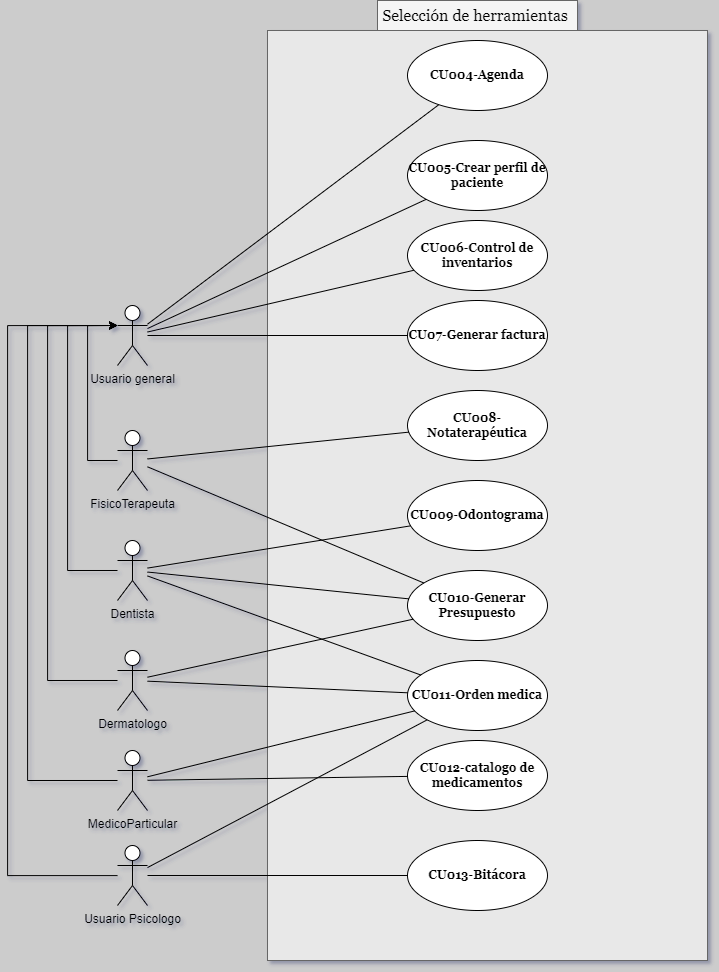
Above: CU002_SeleccionDeHerramientas.drawio.png in CH3MOO/SpecialityX (draw.io), before the change. Source tidied: cells renumbered, new cells last; positions are measured from the earlier drawing's top-left corner, leaving out a move shared by most shapes.
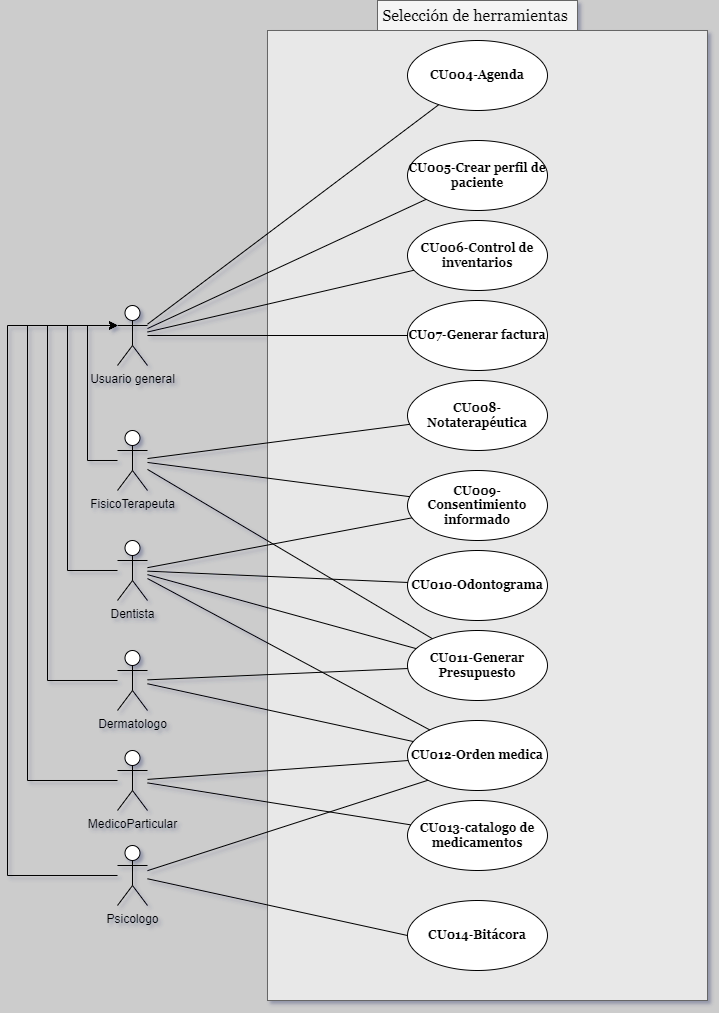
After the commit.

What changed in the source:
```diff
@@ -5,7 +5,7 @@
     <mxCell id="2" value="Usuario general" style="shape=umlActor;verticalLabelPosition=bottom;verticalAlign=top;html=1;" parent="1" vertex="1">
       <mxGeometry x="110" y="305" width="30" height="60" as="geometry" />
     </mxCell>
-    <mxCell id="3" value="Usuario Psicologo" style="shape=umlActor;verticalLabelPosition=bottom;verticalAlign=top;html=1;" parent="1" vertex="1">
+    <mxCell id="3" value="Psicologo" style="shape=umlActor;verticalLabelPosition=bottom;verticalAlign=top;html=1;" parent="1" vertex="1">
       <mxGeometry x="110" y="845" width="30" height="60" as="geometry" />
     </mxCell>
     <mxCell id="4" style="edgeStyle=orthogonalEdgeStyle;rounded=0;jettySize=auto;html=1;entryX=0;entryY=0.3333333333333333;entryDx=0;entryDy=0;entryPerimeter=0;" parent="1" edge="1" source="5" target="2">
@@ -29,7 +29,7 @@
       <mxGeometry x="110" y="750" width="30" height="60" as="geometry" />
     </mxCell>
     <mxCell id="9" style="rounded=0;whiteSpace=wrap;html=1;fillColor=#E8E8E8;strokeColor=#666666;fontColor=#333333;fontFamily=Georgia;fontStyle=1;" parent="1" vertex="1">
-      <mxGeometry x="260" y="30" width="440" height="930" as="geometry" />
+      <mxGeometry x="260" y="30" width="440" height="970" as="geometry" />
     </mxCell>
     <mxCell id="10" value="Selección de herramientas&amp;nbsp;" style="text;html=1;align=center;verticalAlign=middle;whiteSpace=wrap;rounded=0;fontFamily=Georgia;fontSize=16;fillColor=#f5f5f5;fontColor=#000000;strokeColor=#666666;" parent="1" vertex="1">
       <mxGeometry x="370" width="200" height="30" as="geometry" />
@@ -58,17 +58,17 @@
     <mxCell id="18" style="endArrow=none;html=1;rounded=0;" parent="1" edge="1" source="2" target="14">
       <mxGeometry relative="1" as="geometry" />
     </mxCell>
-    <mxCell id="19" value="CU012-catalogo de medicamentos" style="ellipse;whiteSpace=wrap;html=1;fontFamily=Georgia;fontStyle=1;" parent="1" vertex="1">
-      <mxGeometry x="400" y="740" width="140" height="70" as="geometry" />
+    <mxCell id="19" value="CU013-catalogo de medicamentos" style="ellipse;whiteSpace=wrap;html=1;fontFamily=Georgia;fontStyle=1;" parent="1" vertex="1">
+      <mxGeometry x="400" y="800" width="140" height="70" as="geometry" />
     </mxCell>
     <mxCell id="20" style="endArrow=none;html=1;rounded=0;" parent="1" edge="1" source="8" target="19">
       <mxGeometry relative="1" as="geometry" />
     </mxCell>
     <mxCell id="21" value="CU008-Notaterapéutica" style="ellipse;whiteSpace=wrap;html=1;fontFamily=Georgia;fontStyle=1;" parent="1" vertex="1">
-      <mxGeometry x="400" y="390" width="140" height="70" as="geometry" />
+      <mxGeometry x="400" y="380" width="140" height="70" as="geometry" />
     </mxCell>
-    <mxCell id="22" value="CU010-Generar Presupuesto" style="ellipse;whiteSpace=wrap;html=1;fontFamily=Georgia;fontStyle=1;" parent="1" vertex="1">
-      <mxGeometry x="400" y="570" width="140" height="70" as="geometry" />
+    <mxCell id="22" value="CU011-Generar Presupuesto" style="ellipse;whiteSpace=wrap;html=1;fontFamily=Georgia;fontStyle=1;" parent="1" vertex="1">
+      <mxGeometry x="400" y="630" width="140" height="70" as="geometry" />
     </mxCell>
     <mxCell id="23" style="endArrow=none;html=1;rounded=0;" parent="1" edge="1" source="7" target="21">
       <mxGeometry relative="1" as="geometry" />
@@ -76,8 +76,8 @@
     <mxCell id="24" style="endArrow=none;html=1;rounded=0;" parent="1" edge="1" source="7" target="22">
       <mxGeometry relative="1" as="geometry" />
     </mxCell>
-    <mxCell id="25" value="CU009-Odontograma" style="ellipse;whiteSpace=wrap;html=1;fontFamily=Georgia;fontStyle=1;" parent="1" vertex="1">
-      <mxGeometry x="400" y="480" width="140" height="70" as="geometry" />
+    <mxCell id="25" value="CU010-Odontograma" style="ellipse;whiteSpace=wrap;html=1;fontFamily=Georgia;fontStyle=1;" parent="1" vertex="1">
+      <mxGeometry x="400" y="550" width="140" height="70" as="geometry" />
     </mxCell>
     <mxCell id="26" style="endArrow=none;html=1;rounded=0;" parent="1" edge="1" source="6" target="25">
       <mxGeometry relative="1" as="geometry" />
@@ -88,8 +88,8 @@
     <mxCell id="28" style="endArrow=none;html=1;rounded=0;" parent="1" edge="1" source="5" target="22">
       <mxGeometry relative="1" as="geometry" />
     </mxCell>
-    <mxCell id="29" value="CU011-Orden medica" style="ellipse;whiteSpace=wrap;html=1;fontFamily=Georgia;fontStyle=1;" parent="1" vertex="1">
-      <mxGeometry x="400" y="660" width="140" height="70" as="geometry" />
+    <mxCell id="29" value="CU012-Orden medica" style="ellipse;whiteSpace=wrap;html=1;fontFamily=Georgia;fontStyle=1;" parent="1" vertex="1">
+      <mxGeometry x="400" y="720" width="140" height="70" as="geometry" />
     </mxCell>
     <mxCell id="30" style="endArrow=none;html=1;rounded=0;" parent="1" edge="1" source="6" target="29">
       <mxGeometry relative="1" as="geometry" />
@@ -103,8 +103,8 @@
     <mxCell id="33" style="endArrow=none;html=1;rounded=0;entryX=0;entryY=1;entryDx=0;entryDy=0;" parent="1" edge="1" source="3" target="29">
       <mxGeometry relative="1" as="geometry" />
     </mxCell>
-    <mxCell id="34" value="CU013-Bitácora" style="ellipse;whiteSpace=wrap;html=1;fontFamily=Georgia;fontStyle=1;" parent="1" vertex="1">
-      <mxGeometry x="400" y="840" width="140" height="70" as="geometry" />
+    <mxCell id="34" value="CU014-Bitácora" style="ellipse;whiteSpace=wrap;html=1;fontFamily=Georgia;fontStyle=1;" parent="1" vertex="1">
+      <mxGeometry x="400" y="900" width="140" height="70" as="geometry" />
     </mxCell>
     <mxCell id="35" style="endArrow=none;html=1;rounded=0;entryX=0;entryY=0.5;entryDx=0;entryDy=0;" parent="1" edge="1" source="3" target="34">
       <mxGeometry relative="1" as="geometry" />
@@ -141,5 +141,14 @@
         </Array>
       </mxGeometry>
     </mxCell>
+    <mxCell id="40" value="CU009-Consentimiento informado" style="ellipse;whiteSpace=wrap;html=1;fontFamily=Georgia;fontStyle=1;" parent="1" vertex="1">
+      <mxGeometry x="400" y="470" width="140" height="70" as="geometry" />
+    </mxCell>
+    <mxCell id="41" style="endArrow=none;html=1;rounded=0;" parent="1" edge="1" source="7" target="40">
+      <mxGeometry relative="1" as="geometry" />
+    </mxCell>
+    <mxCell id="42" style="endArrow=none;html=1;rounded=0;" parent="1" edge="1" source="6" target="40">
+      <mxGeometry relative="1" as="geometry" />
+    </mxCell>
   </root>
 </mxGraphModel>
```
